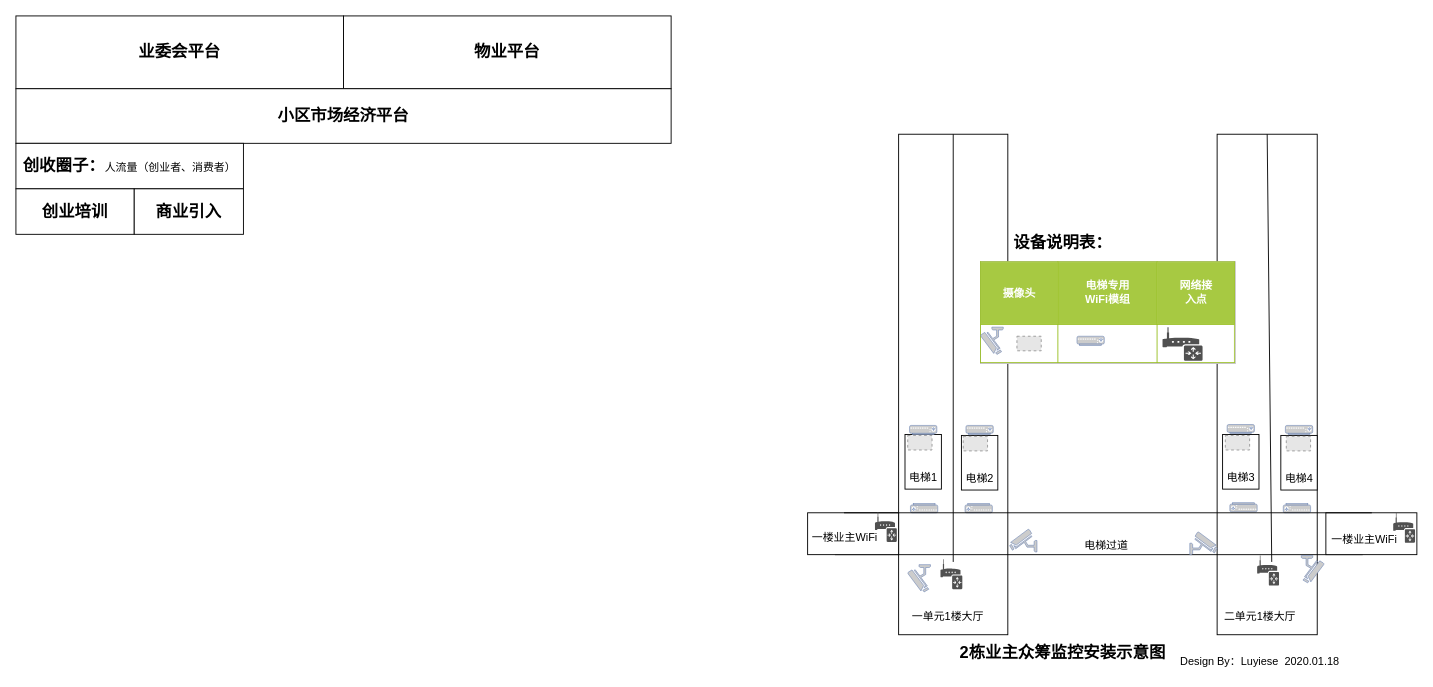
Earlier version of the draw.io diagram 2栋众筹监控安装示意图.drawio (UTOUUCENTER-CD/draw.io). Source tidied: cells renumbered, new cells numbered last; positions are measured from the earlier drawing's top-left corner, leaving out a move shared by most shapes. Both pictures are drawn from the tidied source at 91%, with x=0, y=0 at pixel (15, 15). Pictures stored in the file or linked from it are replaced by grey dashed boxes.
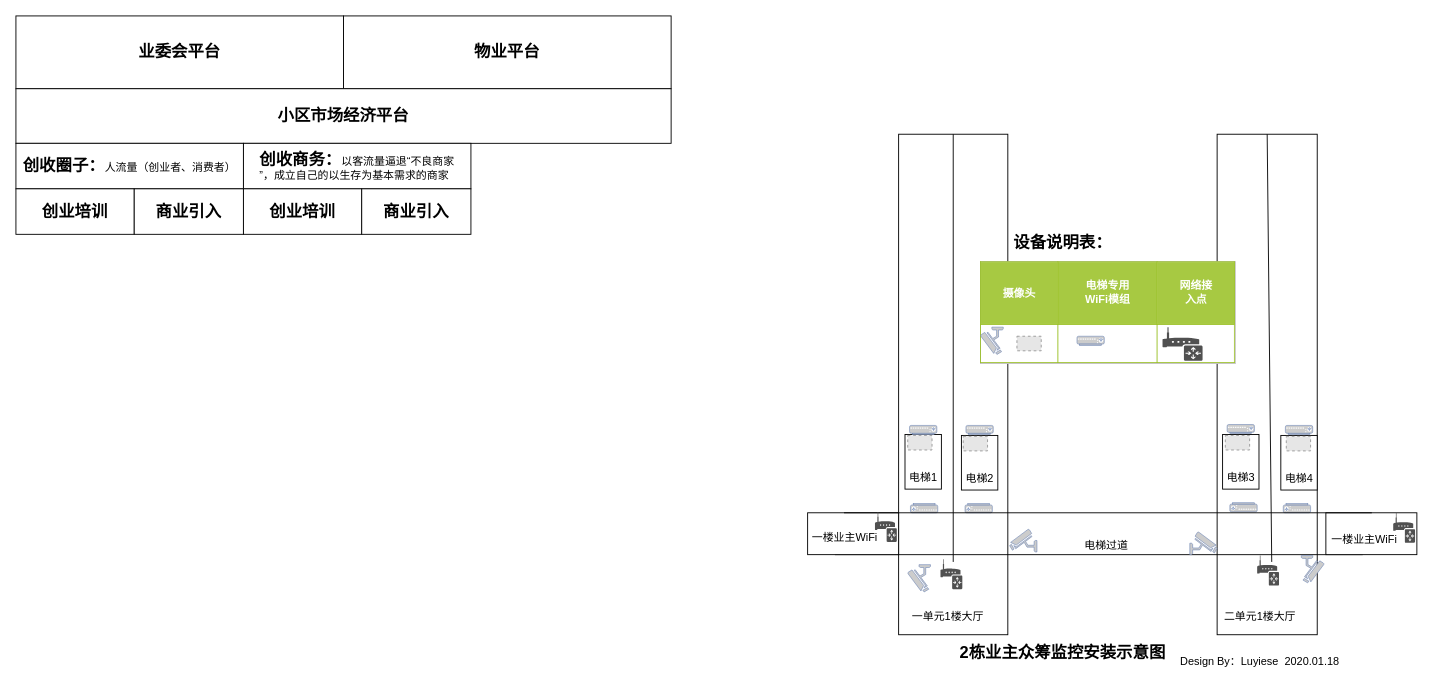
Above is the later version.

Commit message:
更新2栋众筹监控安装示意图.drawio

Change to the diagram source:
```diff
@@
+    <mxCell id="69" value="&lt;b style=&quot;font-size: 18px&quot;&gt;创收商务：&lt;/b&gt;&lt;font style=&quot;font-size: 12px&quot;&gt;以客流量逼退“不良商家&lt;br&gt;&lt;div style=&quot;text-align: left&quot;&gt;&lt;span&gt;”，成立自己&lt;/span&gt;&lt;span&gt;的以生存为基本需求的商家&lt;/span&gt;&lt;/div&gt;&lt;/font&gt;" style="rounded=0;whiteSpace=wrap;html=1;" parent="1" vertex="1">
+      <mxGeometry x="250" y="140" width="250" height="50" as="geometry" />
+    </mxCell>
+    <mxCell id="70" value="&lt;span style=&quot;font-size: 18px&quot;&gt;&lt;b&gt;创业培训&lt;/b&gt;&lt;/span&gt;" style="rounded=0;whiteSpace=wrap;html=1;" parent="1" vertex="1">
+      <mxGeometry x="250" y="190" width="130" height="50" as="geometry" />
+    </mxCell>
+    <mxCell id="71" value="&lt;span style=&quot;font-size: 18px&quot;&gt;&lt;b&gt;商业引入&lt;/b&gt;&lt;/span&gt;" style="rounded=0;whiteSpace=wrap;html=1;" parent="1" vertex="1">
+      <mxGeometry x="380" y="190" width="120" height="50" as="geometry" />
+    </mxCell>
```
